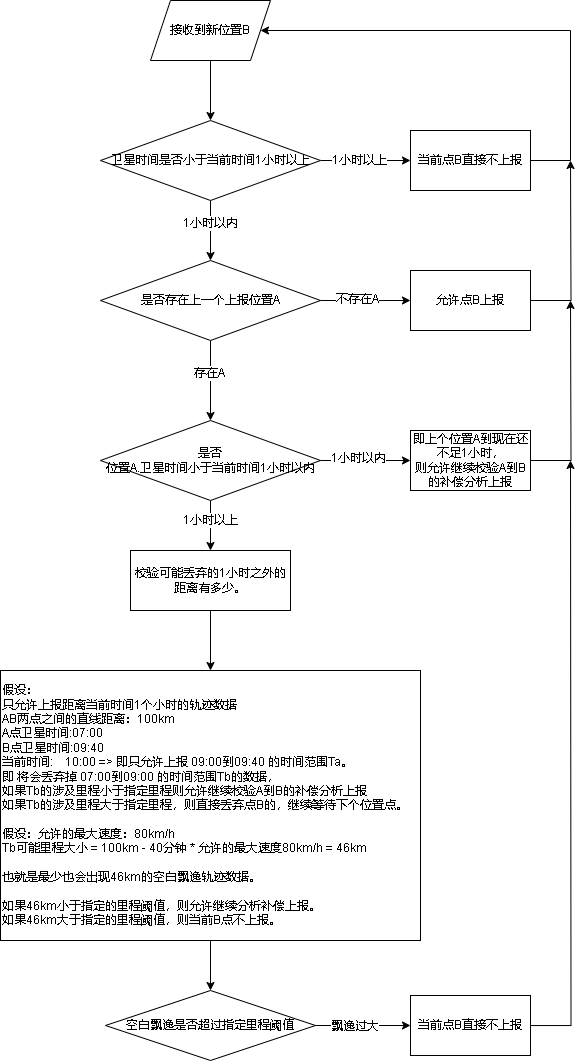
Before: 809轨迹时间异常.drawio.png, a diagram exported from draw.io (xktder/draw). Source tidied: cells renumbered, new cells last; positions are measured from the earlier drawing's top-left corner, leaving out a move shared by most shapes.
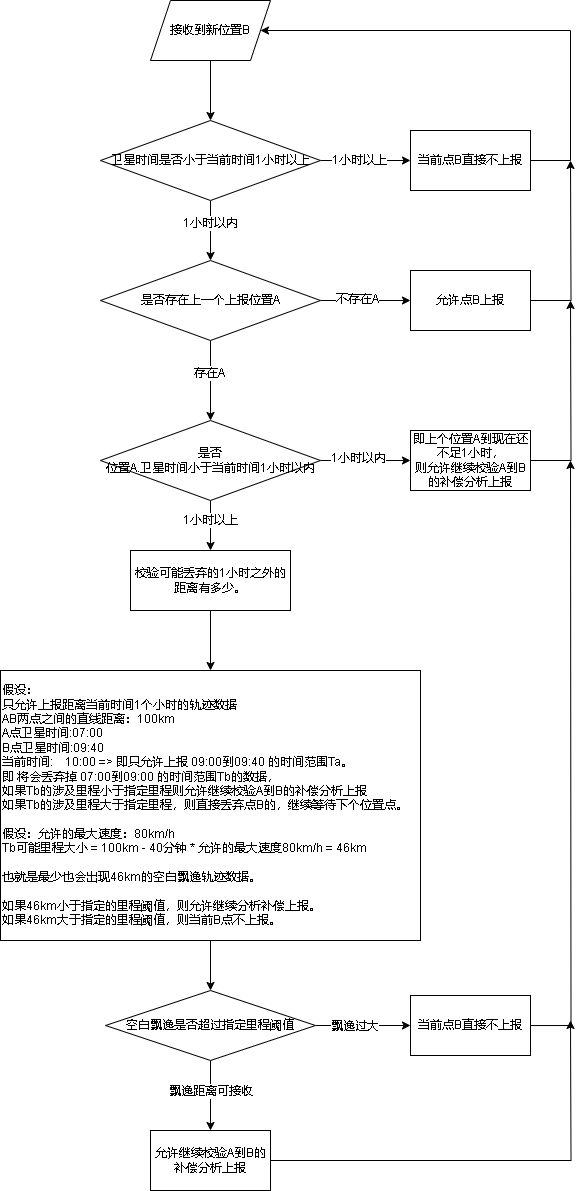
After the commit.

Commit message:
更新809轨迹时间异常.drawio.png

Change to the diagram source:
```diff
@@ -98,6 +98,12 @@
     <mxCell id="30" value="飘逸过大" style="edgeLabel;html=1;align=center;verticalAlign=middle;" parent="29" vertex="1">
       <mxGeometry x="-0.19" y="-1" relative="1" as="geometry" />
     </mxCell>
+    <mxCell id="34" style="edgeStyle=orthogonalEdgeStyle;rounded=0;jettySize=auto;html=1;" parent="1" edge="1" source="31" target="37">
+      <mxGeometry relative="1" as="geometry" />
+    </mxCell>
+    <mxCell id="35" value="飘逸距离可接收" style="edgeLabel;html=1;align=center;verticalAlign=middle;" parent="34" vertex="1">
+      <mxGeometry x="-0.14" relative="1" as="geometry" />
+    </mxCell>
     <mxCell id="31" value="空白飘逸是否超过指定里程阈值" style="rhombus;whiteSpace=wrap;html=1;align=center;rounded=0;" parent="1" vertex="1">
       <mxGeometry x="105" y="990" width="210" height="70" as="geometry" />
     </mxCell>
@@ -109,5 +115,13 @@
     <mxCell id="33" value="当前点B直接不上报" style="whiteSpace=wrap;html=1;rounded=0;" parent="1" vertex="1">
       <mxGeometry x="410" y="995" width="120" height="60" as="geometry" />
     </mxCell>
+    <mxCell id="36" style="edgeStyle=orthogonalEdgeStyle;rounded=0;jettySize=auto;html=1;" parent="1" edge="1" source="37">
+      <mxGeometry relative="1" as="geometry">
+        <mxPoint x="570" y="1020" as="targetPoint" />
+      </mxGeometry>
+    </mxCell>
+    <mxCell id="37" value="允许继续校验A到B的补偿分析上报" style="whiteSpace=wrap;html=1;rounded=0;" parent="1" vertex="1">
+      <mxGeometry x="150" y="1130" width="120" height="60" as="geometry" />
+    </mxCell>
   </root>
 </mxGraphModel>
```
